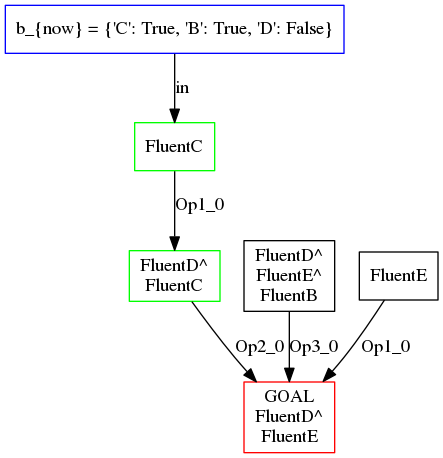
Above: mygraph0.png in mendes-jose/task-planning (Graphviz), before the change. Its source is kept beside it as mygraph0.dot.
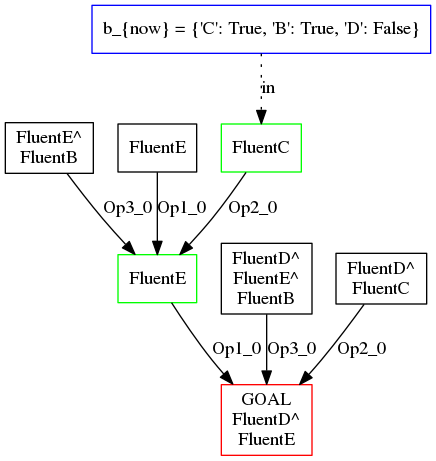
The same diagram one commit later.

The edit, as a diff of the source:
```diff
@@ -1,16 +1,20 @@
 digraph planningTree {
 	r0 [label="GOAL
 FluentD^\nFluentE", shape=box, color=red];
-	r1 [label="FluentD^\nFluentC", shape=box];
-	r1 -> r0 [label="Op2_0"];
+	r1 [label="FluentE", shape=box];
+	r1 -> r0 [label="Op1_0"];
 	r2 [label="FluentD^\nFluentE^\nFluentB", shape=box];
 	r2 -> r0 [label="Op3_0"];
-	r3 [label="FluentE", shape=box];
-	r3 -> r0 [label="Op1_0"];
-	r4 [label="FluentC", shape=box];
-	r4 -> r1 [label="Op1_0"];
-	r4[color = green];
+	r3 [label="FluentD^\nFluentC", shape=box];
+	r3 -> r0 [label="Op2_0"];
+	r4 [label="FluentE^\nFluentB", shape=box];
+	r4 -> r1 [label="Op3_0"];
+	r5 [label="FluentE", shape=box];
+	r5 -> r1 [label="Op1_0"];
+	r6 [label="FluentC", shape=box];
+	r6 -> r1 [label="Op2_0"];
+	r6[color = green];
 	r1[color = green];
 	bnow [shape=box, color=blue, label="b_{now} = {'C': True, 'B': True, 'D': False}"];
-	bnow -> r4 [label="in"];
+	bnow -> r6 [label="in", style=dotted];
 }
```
